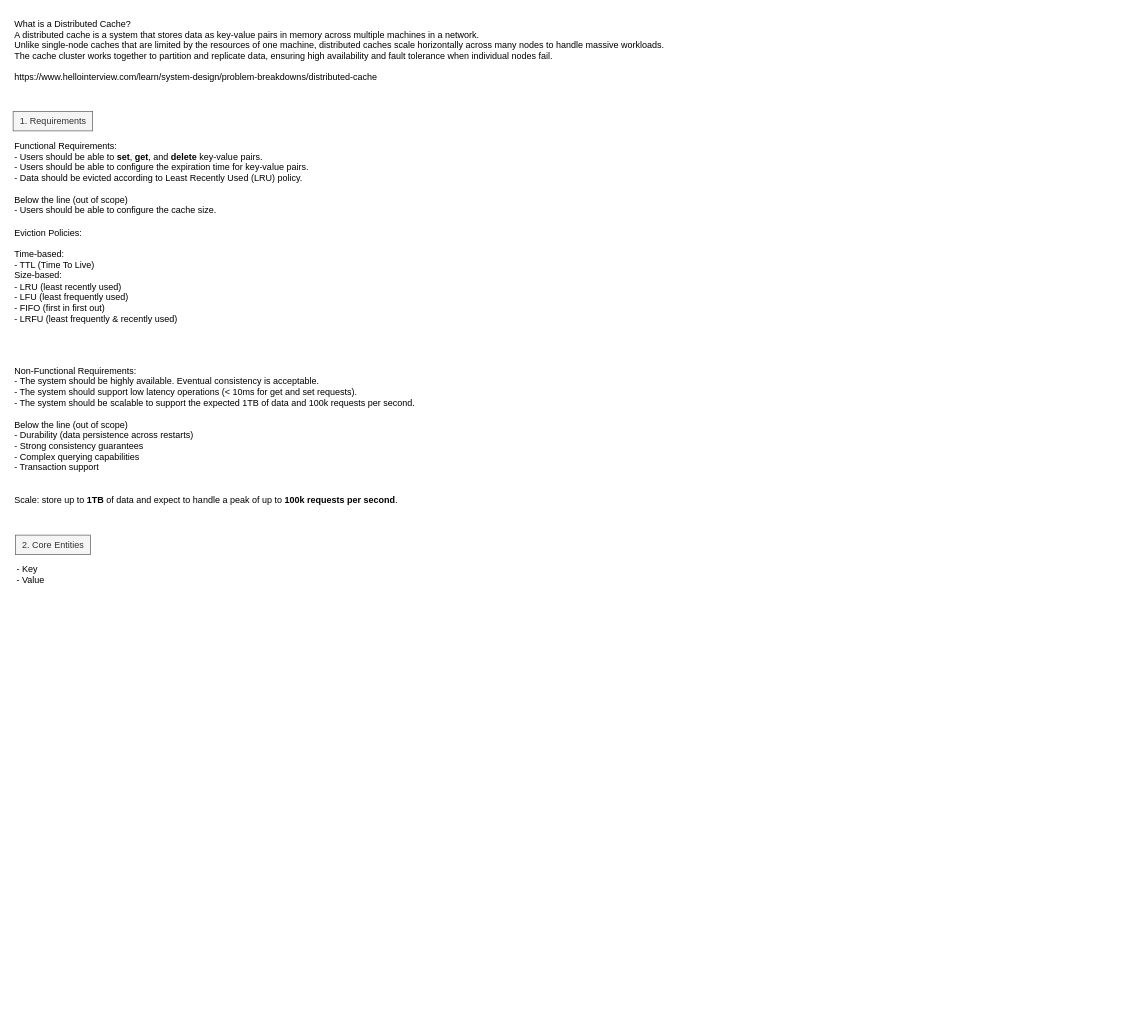
Earlier version of the draw.io diagram page "distributed cache" (4 of 4) of system_design.drawio (lacrimae/system_design_practice). Source tidied: cells renumbered, new cells numbered last; positions are measured from the earlier drawing's top-left corner, leaving out a move shared by most shapes. Both pictures are drawn from the tidied source at 75%, with x=0, y=0 at pixel (13, 13).
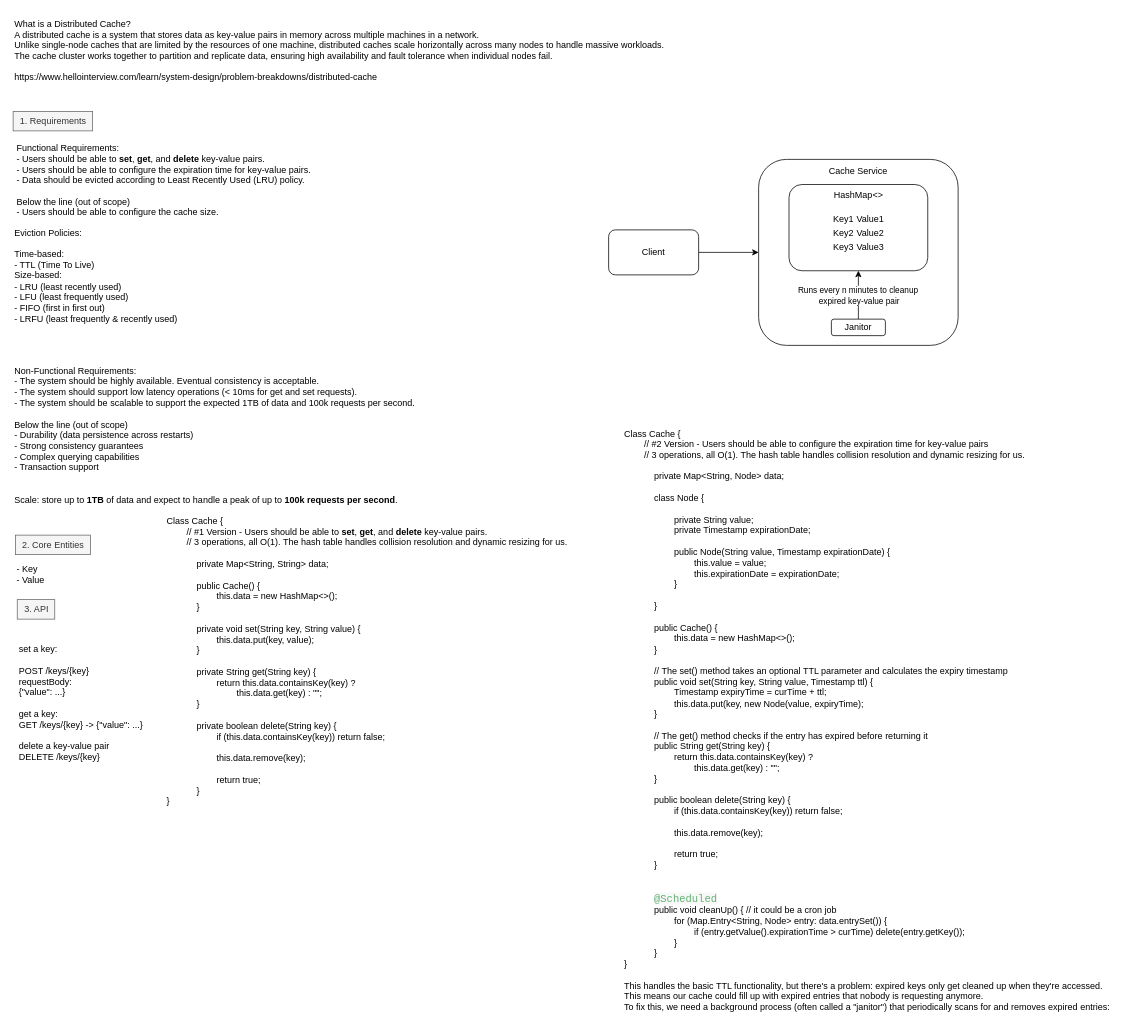
Above is the later version.

The edit, as a diff of the source:
```diff
@@
     <mxCell id="5" value="Functional Requirements:&lt;div&gt;&lt;div&gt;- Users should be able to &lt;b&gt;set&lt;/b&gt;, &lt;b&gt;get&lt;/b&gt;, and &lt;b&gt;delete&lt;/b&gt; key-value pairs.&lt;/div&gt;&lt;div&gt;- Users should be able to configure the expiration time for key-value pairs.&lt;/div&gt;&lt;div&gt;- Data should be evicted according to Least Recently Used (LRU) policy.&lt;/div&gt;&lt;div&gt;&lt;br&gt;&lt;/div&gt;&lt;div&gt;Below the line (out of scope)&lt;/div&gt;&lt;div&gt;- Users should be able to configure the cache size.&lt;/div&gt;&lt;/div&gt;" style="text;html=1;align=left;verticalAlign=middle;strokeColor=none;fillColor=none;" parent="1" vertex="1">
-      <mxGeometry y="163" width="410" height="113" as="geometry" />
+      <mxGeometry x="3" y="166" width="410" height="113" as="geometry" />
     </mxCell>
@@
+    <mxCell id="10" value="3. API" style="text;html=1;align=center;verticalAlign=middle;strokeColor=#666666;fillColor=#f5f5f5;fontColor=#333333;" parent="1" vertex="1">
+      <mxGeometry x="5.5" y="782" width="50" height="26" as="geometry" />
+    </mxCell>
+    <mxCell id="11" value="set a key:&lt;div&gt;&lt;br&gt;&lt;div&gt;POST /keys/{key}&lt;/div&gt;&lt;div&gt;requestBody:&lt;/div&gt;&lt;div&gt;{&quot;value&quot;: ...}&lt;/div&gt;&lt;div&gt;&lt;br&gt;&lt;/div&gt;&lt;div&gt;get a key:&lt;/div&gt;&lt;div&gt;GET /keys/{key} -&amp;gt; {&quot;value&quot;: ...}&lt;/div&gt;&lt;div&gt;&lt;br&gt;&lt;/div&gt;&lt;div&gt;delete a key-value pair&lt;/div&gt;&lt;div&gt;DELETE /keys/{key}&lt;/div&gt;&lt;/div&gt;" style="text;html=1;align=left;verticalAlign=middle;strokeColor=none;fillColor=none;" parent="1" vertex="1">
+      <mxGeometry x="5.5" y="835" width="183" height="170" as="geometry" />
+    </mxCell>
+    <mxCell id="12" value="Class Cache {&lt;div&gt;&lt;span style=&quot;white-space: pre;&quot;&gt;&#9;&lt;/span&gt;// #1 Version - Users should be able to&amp;nbsp;&lt;b&gt;set&lt;/b&gt;,&amp;nbsp;&lt;b&gt;get&lt;/b&gt;, and&amp;nbsp;&lt;b&gt;delete&lt;/b&gt;&amp;nbsp;key-value pairs.&lt;br&gt;&lt;div&gt;&lt;span style=&quot;white-space: pre;&quot;&gt;&#9;&lt;/span&gt;// 3 operations, all O(1).&amp;nbsp;The hash table handles collision resolution and dynamic resizing for us.&lt;br&gt;&lt;div style=&quot;&quot;&gt;&lt;span style=&quot;background-color: transparent; color: light-dark(rgb(0, 0, 0), rgb(255, 255, 255));&quot;&gt;&lt;br&gt;&lt;/span&gt;&lt;/div&gt;&lt;blockquote style=&quot;margin: 0 0 0 40px; border: none; padding: 0px;&quot;&gt;&lt;div style=&quot;&quot;&gt;&lt;span style=&quot;background-color: transparent; color: light-dark(rgb(0, 0, 0), rgb(255, 255, 255));&quot;&gt;private Map&amp;lt;String, String&amp;gt; data;&lt;/span&gt;&lt;/div&gt;&lt;div style=&quot;&quot;&gt;&lt;span style=&quot;background-color: transparent; color: light-dark(rgb(0, 0, 0), rgb(255, 255, 255));&quot;&gt;&lt;br&gt;&lt;/span&gt;&lt;/div&gt;&lt;div style=&quot;&quot;&gt;&lt;span style=&quot;background-color: transparent; color: light-dark(rgb(0, 0, 0), rgb(255, 255, 255));&quot;&gt;public Cache() {&lt;/span&gt;&lt;/div&gt;&lt;div style=&quot;&quot;&gt;&lt;span style=&quot;background-color: transparent; color: light-dark(rgb(0, 0, 0), rgb(255, 255, 255));&quot;&gt;&lt;span style=&quot;white-space: pre;&quot;&gt;&#9;&lt;/span&gt;this.data = new HashMap&amp;lt;&amp;gt;();&lt;/span&gt;&lt;/div&gt;&lt;div style=&quot;&quot;&gt;&lt;span style=&quot;background-color: transparent; color: light-dark(rgb(0, 0, 0), rgb(255, 255, 255));&quot;&gt;}&lt;/span&gt;&lt;/div&gt;&lt;div style=&quot;&quot;&gt;&lt;span style=&quot;background-color: transparent; color: light-dark(rgb(0, 0, 0), rgb(255, 255, 255));&quot;&gt;&lt;br&gt;&lt;/span&gt;&lt;/div&gt;&lt;div style=&quot;&quot;&gt;&lt;span style=&quot;background-color: transparent; color: light-dark(rgb(0, 0, 0), rgb(255, 255, 255));&quot;&gt;private void set(String key, String value) {&lt;/span&gt;&lt;/div&gt;&lt;div style=&quot;&quot;&gt;&lt;span style=&quot;background-color: transparent; color: light-dark(rgb(0, 0, 0), rgb(255, 255, 255));&quot;&gt;&lt;span style=&quot;white-space: pre;&quot;&gt;&#9;&lt;/span&gt;this.data.put(key, value);&lt;/span&gt;&lt;/div&gt;&lt;div style=&quot;&quot;&gt;&lt;span style=&quot;background-color: transparent; color: light-dark(rgb(0, 0, 0), rgb(255, 255, 255));&quot;&gt;}&lt;/span&gt;&lt;/div&gt;&lt;div style=&quot;&quot;&gt;&lt;span style=&quot;background-color: transparent; color: light-dark(rgb(0, 0, 0), rgb(255, 255, 255));&quot;&gt;&lt;br&gt;&lt;/span&gt;&lt;/div&gt;&lt;div style=&quot;&quot;&gt;private String get(String key) {&lt;/div&gt;&lt;div style=&quot;&quot;&gt;&lt;span style=&quot;white-space: pre;&quot;&gt;&#9;&lt;/span&gt;return this.data.containsKey(key) ?&lt;/div&gt;&lt;div style=&quot;&quot;&gt;&lt;span style=&quot;white-space: pre;&quot;&gt;&#9;&lt;/span&gt;&lt;span style=&quot;white-space: pre;&quot;&gt;&#9;&lt;/span&gt;this.data.get(key) : &quot;&quot;;&amp;nbsp;&lt;/div&gt;&lt;div style=&quot;&quot;&gt;}&lt;/div&gt;&lt;div style=&quot;&quot;&gt;&lt;br&gt;&lt;/div&gt;&lt;div style=&quot;&quot;&gt;private boolean delete(String key) {&lt;/div&gt;&lt;div style=&quot;&quot;&gt;&lt;span style=&quot;white-space: pre;&quot;&gt;&#9;&lt;/span&gt;if (this.data.containsKey(key)) return false;&lt;/div&gt;&lt;div style=&quot;&quot;&gt;&lt;br&gt;&lt;/div&gt;&lt;div style=&quot;&quot;&gt;&lt;span style=&quot;white-space: pre;&quot;&gt;&#9;&lt;/span&gt;this.data.remove(key);&lt;/div&gt;&lt;div style=&quot;&quot;&gt;&lt;br&gt;&lt;/div&gt;&lt;div style=&quot;&quot;&gt;&lt;span style=&quot;white-space: pre;&quot;&gt;&#9;&lt;/span&gt;return true;&lt;/div&gt;&lt;div style=&quot;&quot;&gt;}&lt;/div&gt;&lt;/blockquote&gt;&lt;div&gt;&lt;span style=&quot;background-color: transparent; color: light-dark(rgb(0, 0, 0), rgb(255, 255, 255));&quot;&gt;}&lt;/span&gt;&lt;/div&gt;&lt;/div&gt;&lt;/div&gt;" style="text;html=1;align=left;verticalAlign=middle;strokeColor=none;fillColor=none;" parent="1" vertex="1">
+      <mxGeometry x="203" y="663" width="552" height="401" as="geometry" />
+    </mxCell>
+    <mxCell id="13" style="edgeStyle=orthogonalEdgeStyle;rounded=0;jettySize=auto;html=1;exitX=1;exitY=0.5;exitDx=0;exitDy=0;entryX=0;entryY=0.5;entryDx=0;entryDy=0;" parent="1" edge="1" source="14" target="16">
+      <mxGeometry relative="1" as="geometry" />
+    </mxCell>
+    <mxCell id="14" value="Client" style="rounded=1;whiteSpace=wrap;html=1;" parent="1" vertex="1">
+      <mxGeometry x="794" y="289" width="120" height="60" as="geometry" />
+    </mxCell>
+    <mxCell id="15" value="Class Cache {&lt;div&gt;&lt;span style=&quot;white-space: pre;&quot;&gt;&#9;&lt;/span&gt;// #2 Version - Users should be able to configure the expiration time for key-value pairs&lt;br&gt;&lt;div&gt;&lt;span style=&quot;white-space: pre;&quot;&gt;&#9;&lt;/span&gt;// 3 operations, all O(1).&amp;nbsp;The hash table handles collision resolution and dynamic resizing for us.&lt;br&gt;&lt;div style=&quot;&quot;&gt;&lt;span style=&quot;background-color: transparent; color: light-dark(rgb(0, 0, 0), rgb(255, 255, 255));&quot;&gt;&lt;br&gt;&lt;/span&gt;&lt;/div&gt;&lt;blockquote style=&quot;margin: 0 0 0 40px; border: none; padding: 0px;&quot;&gt;&lt;div style=&quot;&quot;&gt;&lt;span style=&quot;background-color: transparent; color: light-dark(rgb(0, 0, 0), rgb(255, 255, 255));&quot;&gt;private Map&amp;lt;String, Node&amp;gt; data;&lt;/span&gt;&lt;/div&gt;&lt;div style=&quot;&quot;&gt;&lt;span style=&quot;background-color: transparent; color: light-dark(rgb(0, 0, 0), rgb(255, 255, 255));&quot;&gt;&lt;br&gt;&lt;/span&gt;&lt;/div&gt;&lt;div style=&quot;&quot;&gt;&lt;span style=&quot;background-color: transparent; color: light-dark(rgb(0, 0, 0), rgb(255, 255, 255));&quot;&gt;class Node {&lt;/span&gt;&lt;/div&gt;&lt;div style=&quot;&quot;&gt;&lt;span style=&quot;background-color: transparent; color: light-dark(rgb(0, 0, 0), rgb(255, 255, 255));&quot;&gt;&lt;br&gt;&lt;/span&gt;&lt;/div&gt;&lt;div style=&quot;&quot;&gt;&lt;span style=&quot;background-color: transparent; color: light-dark(rgb(0, 0, 0), rgb(255, 255, 255));&quot;&gt;&lt;span style=&quot;white-space: pre;&quot;&gt;&#9;&lt;/span&gt;private String value;&lt;br&gt;&lt;/span&gt;&lt;/div&gt;&lt;div style=&quot;&quot;&gt;&lt;span style=&quot;background-color: transparent; color: light-dark(rgb(0, 0, 0), rgb(255, 255, 255));&quot;&gt;&lt;span style=&quot;white-space: pre;&quot;&gt;&#9;&lt;/span&gt;private Timestamp expirationDate;&lt;br&gt;&lt;/span&gt;&lt;/div&gt;&lt;div style=&quot;&quot;&gt;&lt;span style=&quot;background-color: transparent; color: light-dark(rgb(0, 0, 0), rgb(255, 255, 255));&quot;&gt;&lt;br&gt;&lt;/span&gt;&lt;/div&gt;&lt;div style=&quot;&quot;&gt;&lt;span style=&quot;background-color: transparent; color: light-dark(rgb(0, 0, 0), rgb(255, 255, 255));&quot;&gt;&lt;span style=&quot;white-space: pre;&quot;&gt;&#9;&lt;/span&gt;public Node(String value, Timestamp expirationDate) {&lt;br&gt;&lt;/span&gt;&lt;span style=&quot;background-color: transparent; color: light-dark(rgb(0, 0, 0), rgb(255, 255, 255));&quot;&gt;&lt;span style=&quot;text-wrap-mode: nowrap;&quot;&gt;&lt;span style=&quot;white-space: pre;&quot;&gt;&#9;&lt;span style=&quot;white-space: pre;&quot;&gt;&#9;&lt;/span&gt;this.value = value;&lt;br&gt;&lt;/span&gt;&lt;span style=&quot;white-space-collapse: preserve;&quot;&gt;&lt;span style=&quot;white-space: pre;&quot;&gt;&#9;&lt;/span&gt;&lt;span style=&quot;white-space: pre;&quot;&gt;&#9;&lt;/span&gt;this.expirationDate = expirationDate;&lt;br&gt;&lt;/span&gt;&lt;/span&gt;&lt;span style=&quot;white-space: pre;&quot;&gt;&#9;&lt;/span&gt;}&lt;br&gt;&lt;/span&gt;&lt;/div&gt;&lt;div style=&quot;&quot;&gt;&lt;/div&gt;&lt;div style=&quot;&quot;&gt;&lt;/div&gt;&lt;div style=&quot;&quot;&gt;&lt;/div&gt;&lt;div style=&quot;&quot;&gt;&lt;/div&gt;&lt;div style=&quot;&quot;&gt;&lt;span style=&quot;background-color: transparent; color: light-dark(rgb(0, 0, 0), rgb(255, 255, 255));&quot;&gt;&lt;br&gt;&lt;/span&gt;&lt;/div&gt;&lt;div style=&quot;&quot;&gt;&lt;span style=&quot;background-color: transparent; color: light-dark(rgb(0, 0, 0), rgb(255, 255, 255));&quot;&gt;}&lt;/span&gt;&lt;/div&gt;&lt;div style=&quot;&quot;&gt;&lt;span style=&quot;background-color: transparent; color: light-dark(rgb(0, 0, 0), rgb(255, 255, 255));&quot;&gt;&lt;br&gt;&lt;/span&gt;&lt;/div&gt;&lt;div style=&quot;&quot;&gt;&lt;span style=&quot;background-color: transparent; color: light-dark(rgb(0, 0, 0), rgb(255, 255, 255));&quot;&gt;public Cache() {&lt;/span&gt;&lt;/div&gt;&lt;div style=&quot;&quot;&gt;&lt;span style=&quot;background-color: transparent; color: light-dark(rgb(0, 0, 0), rgb(255, 255, 255));&quot;&gt;&lt;span style=&quot;white-space: pre;&quot;&gt;&#9;&lt;/span&gt;this.data = new HashMap&amp;lt;&amp;gt;();&lt;/span&gt;&lt;/div&gt;&lt;div style=&quot;&quot;&gt;&lt;span style=&quot;background-color: transparent; color: light-dark(rgb(0, 0, 0), rgb(255, 255, 255));&quot;&gt;}&lt;/span&gt;&lt;/div&gt;&lt;div style=&quot;&quot;&gt;&lt;span style=&quot;background-color: transparent; color: light-dark(rgb(0, 0, 0), rgb(255, 255, 255));&quot;&gt;&lt;br&gt;&lt;/span&gt;&lt;/div&gt;&lt;div style=&quot;&quot;&gt;&lt;span style=&quot;background-color: transparent; color: light-dark(rgb(0, 0, 0), rgb(255, 255, 255));&quot;&gt;//&amp;nbsp;&lt;/span&gt;&lt;span style=&quot;background-color: transparent; color: light-dark(rgb(0, 0, 0), rgb(255, 255, 255));&quot;&gt;The set() method takes an optional TTL parameter and calculates the expiry timestamp&lt;/span&gt;&lt;/div&gt;&lt;div style=&quot;&quot;&gt;&lt;span style=&quot;background-color: transparent; color: light-dark(rgb(0, 0, 0), rgb(255, 255, 255));&quot;&gt;public void set(String key, String value, Timestamp ttl) {&lt;/span&gt;&lt;/div&gt;&lt;div style=&quot;&quot;&gt;&lt;span style=&quot;background-color: transparent; color: light-dark(rgb(0, 0, 0), rgb(255, 255, 255));&quot;&gt;&lt;span style=&quot;white-space: pre;&quot;&gt;&#9;&lt;/span&gt;Timestamp expiryTime = curTime + ttl;&lt;br&gt;&lt;/span&gt;&lt;/div&gt;&lt;div style=&quot;&quot;&gt;&lt;span style=&quot;background-color: transparent; color: light-dark(rgb(0, 0, 0), rgb(255, 255, 255));&quot;&gt;&lt;span style=&quot;white-space: pre;&quot;&gt;&#9;&lt;/span&gt;this.data.put(key, new Node(value, expiryTime);&lt;/span&gt;&lt;/div&gt;&lt;div style=&quot;&quot;&gt;&lt;span style=&quot;background-color: transparent; color: light-dark(rgb(0, 0, 0), rgb(255, 255, 255));&quot;&gt;}&lt;/span&gt;&lt;/div&gt;&lt;div style=&quot;&quot;&gt;&lt;span style=&quot;background-color: transparent; color: light-dark(rgb(0, 0, 0), rgb(255, 255, 255));&quot;&gt;&lt;br&gt;&lt;/span&gt;&lt;/div&gt;&lt;div style=&quot;&quot;&gt;&lt;span style=&quot;background-color: transparent; color: light-dark(rgb(0, 0, 0), rgb(255, 255, 255));&quot;&gt;//&amp;nbsp;&lt;/span&gt;&lt;span style=&quot;background-color: transparent; color: light-dark(rgb(0, 0, 0), rgb(255, 255, 255));&quot;&gt;The get() method checks if the entry has expired before returning it&lt;/span&gt;&lt;/div&gt;&lt;div style=&quot;&quot;&gt;public String get(String key) {&lt;/div&gt;&lt;div style=&quot;&quot;&gt;&lt;span style=&quot;white-space: pre;&quot;&gt;&#9;&lt;/span&gt;return this.data.containsKey(key) ?&lt;/div&gt;&lt;div style=&quot;&quot;&gt;&lt;span style=&quot;white-space: pre;&quot;&gt;&#9;&lt;/span&gt;&lt;span style=&quot;white-space: pre;&quot;&gt;&#9;&lt;/span&gt;this.data.get(key) : &quot;&quot;;&amp;nbsp;&lt;/div&gt;&lt;div style=&quot;&quot;&gt;}&lt;/div&gt;&lt;div style=&quot;&quot;&gt;&lt;br&gt;&lt;/div&gt;&lt;div style=&quot;&quot;&gt;public boolean delete(String key) {&lt;/div&gt;&lt;div style=&quot;&quot;&gt;&lt;span style=&quot;white-space: pre;&quot;&gt;&#9;&lt;/span&gt;if (this.data.containsKey(key)) return false;&lt;/div&gt;&lt;div style=&quot;&quot;&gt;&lt;br&gt;&lt;/div&gt;&lt;div style=&quot;&quot;&gt;&lt;span style=&quot;white-space: pre;&quot;&gt;&#9;&lt;/span&gt;this.data.remove(key);&lt;/div&gt;&lt;div style=&quot;&quot;&gt;&lt;br&gt;&lt;/div&gt;&lt;div style=&quot;&quot;&gt;&lt;span style=&quot;white-space: pre;&quot;&gt;&#9;&lt;/span&gt;return true;&lt;/div&gt;&lt;div style=&quot;&quot;&gt;}&lt;/div&gt;&lt;div style=&quot;&quot;&gt;&lt;br&gt;&lt;/div&gt;&lt;div style=&quot;&quot;&gt;&lt;br&gt;&lt;/div&gt;&lt;div style=&quot;&quot;&gt;&lt;span style=&quot;color: rgb(99, 177, 117); font-family: &amp;quot;Source Code Pro&amp;quot;, Consolas, &amp;quot;Bitstream Vera Sans Mono&amp;quot;, &amp;quot;Courier New&amp;quot;, Courier, monospace; font-size: 14px; white-space: pre-wrap; background-color: rgb(248, 248, 248);&quot;&gt;@Scheduled&lt;/span&gt;&lt;/div&gt;&lt;div style=&quot;&quot;&gt;public void cleanUp() { // it could be a cron job&lt;/div&gt;&lt;div style=&quot;&quot;&gt;&lt;span style=&quot;white-space: pre;&quot;&gt;&#9;&lt;/span&gt;for (Map.Entry&amp;lt;String, Node&amp;gt; entry: data.entrySet()) {&lt;/div&gt;&lt;div style=&quot;&quot;&gt;&lt;span style=&quot;white-space: pre;&quot;&gt;&#9;&lt;span style=&quot;white-space: pre;&quot;&gt;&#9;&lt;/span&gt;if (entry.getValue().expirationTime &amp;gt; curTime) delete(entry.getKey());&lt;/span&gt;&lt;/div&gt;&lt;div style=&quot;&quot;&gt;&lt;span style=&quot;white-space: pre;&quot;&gt;&#9;&lt;/span&gt;}&lt;br&gt;&lt;/div&gt;&lt;div style=&quot;&quot;&gt;}&lt;/div&gt;&lt;/blockquote&gt;&lt;div&gt;&lt;span style=&quot;background-color: transparent; color: light-dark(rgb(0, 0, 0), rgb(255, 255, 255));&quot;&gt;}&lt;/span&gt;&lt;/div&gt;&lt;div&gt;&lt;span style=&quot;background-color: transparent; color: light-dark(rgb(0, 0, 0), rgb(255, 255, 255));&quot;&gt;&lt;br&gt;&lt;/span&gt;&lt;/div&gt;&lt;div&gt;&lt;span style=&quot;background-color: transparent; color: light-dark(rgb(0, 0, 0), rgb(255, 255, 255));&quot;&gt;&lt;div&gt;This handles the basic TTL functionality, but there's a problem: expired keys only get cleaned up when they're accessed.&lt;br&gt;This means our cache could fill up with expired entries that nobody is requesting anymore.&lt;/div&gt;&lt;div&gt;To fix this, we need a background process (often called a &quot;janitor&quot;) that periodically scans for and removes expired entries:&lt;/div&gt;&lt;/span&gt;&lt;/div&gt;&lt;/div&gt;&lt;/div&gt;" style="text;html=1;align=left;verticalAlign=middle;strokeColor=none;fillColor=none;" parent="1" vertex="1">
+      <mxGeometry x="813" y="547" width="666" height="792" as="geometry" />
+    </mxCell>
+    <mxCell id="16" value="Cache Service&lt;div&gt;&lt;br&gt;&lt;/div&gt;&lt;div&gt;&lt;br&gt;&lt;/div&gt;&lt;div&gt;&lt;br&gt;&lt;/div&gt;&lt;div&gt;&lt;br&gt;&lt;/div&gt;&lt;div&gt;&lt;br&gt;&lt;/div&gt;&lt;div&gt;&lt;br&gt;&lt;/div&gt;&lt;div&gt;&lt;br&gt;&lt;/div&gt;&lt;div&gt;&lt;br&gt;&lt;/div&gt;&lt;div&gt;&lt;br&gt;&lt;/div&gt;&lt;div&gt;&lt;br&gt;&lt;/div&gt;&lt;div&gt;&lt;br&gt;&lt;/div&gt;&lt;div&gt;&lt;br&gt;&lt;/div&gt;&lt;div&gt;&lt;br&gt;&lt;/div&gt;&lt;div&gt;&lt;br&gt;&lt;/div&gt;&lt;div&gt;&lt;br&gt;&lt;/div&gt;" style="rounded=1;whiteSpace=wrap;html=1;align=center;" parent="1" vertex="1">
+      <mxGeometry x="994" y="195" width="266" height="248" as="geometry" />
+    </mxCell>
+    <mxCell id="17" value="&lt;span style=&quot;background-color: transparent; color: light-dark(rgb(0, 0, 0), rgb(255, 255, 255));&quot;&gt;HashMap&amp;lt;&amp;gt;&lt;/span&gt;&lt;div style=&quot;&quot;&gt;&lt;span style=&quot;background-color: transparent; color: light-dark(rgb(0, 0, 0), rgb(255, 255, 255));&quot;&gt;&lt;br&gt;&lt;/span&gt;&lt;/div&gt;&lt;div&gt;&lt;table style=&quot;&quot;&gt;&lt;tbody&gt;&lt;tr&gt;&lt;td&gt;Key1&lt;/td&gt;&lt;td&gt;Value1&lt;/td&gt;&lt;/tr&gt;&lt;tr&gt;&lt;td&gt;Key2&lt;/td&gt;&lt;td&gt;Value2&lt;/td&gt;&lt;/tr&gt;&lt;tr&gt;&lt;td&gt;Key3&lt;/td&gt;&lt;td&gt;Value3&lt;/td&gt;&lt;/tr&gt;&lt;/tbody&gt;&lt;/table&gt;&lt;br&gt;&lt;/div&gt;" style="rounded=1;whiteSpace=wrap;html=1;" parent="1" vertex="1">
+      <mxGeometry x="1034.5" y="228.5" width="185" height="115" as="geometry" />
+    </mxCell>
+    <mxCell id="18" style="edgeStyle=orthogonalEdgeStyle;rounded=0;jettySize=auto;html=1;entryX=0.5;entryY=1;entryDx=0;entryDy=0;" parent="1" edge="1" source="20" target="17">
+      <mxGeometry relative="1" as="geometry" />
+    </mxCell>
+    <mxCell id="19" value="Runs every n minutes to cleanup&amp;nbsp;&lt;div&gt;expired key-value pair&lt;/div&gt;" style="edgeLabel;html=1;align=center;verticalAlign=middle;" parent="18" vertex="1">
+      <mxGeometry x="0.34" y="-1" relative="1" as="geometry">
+        <mxPoint x="-1" y="11" as="offset" />
+      </mxGeometry>
+    </mxCell>
+    <mxCell id="20" value="Janitor" style="rounded=1;whiteSpace=wrap;html=1;" parent="1" vertex="1">
+      <mxGeometry x="1091" y="408" width="72" height="22" as="geometry" />
+    </mxCell>
```
